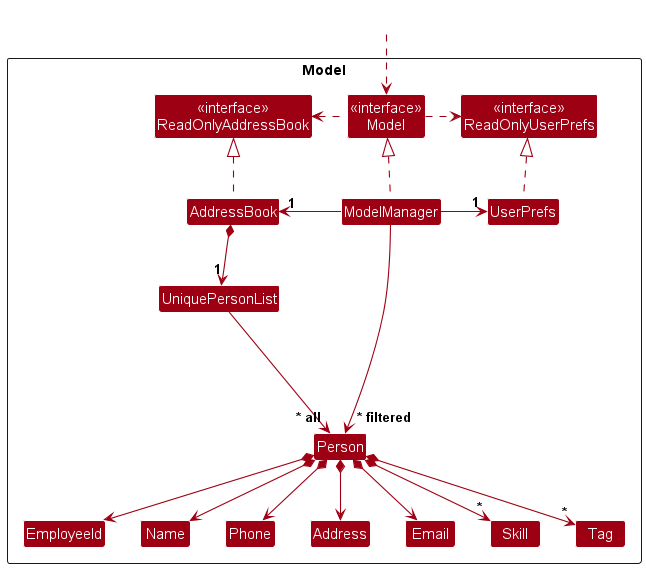
Before: docs/images/ModelClassDiagram.png, a diagram exported from PlantUML (nus-cs2103-AY2425S1/tp).
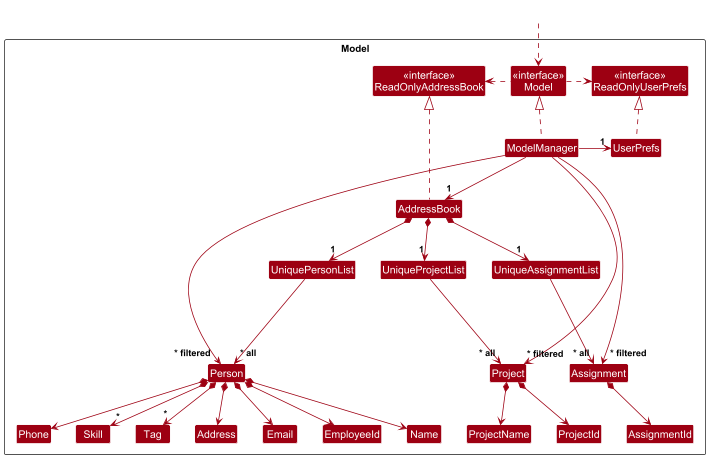
After the commit.

Commit message:
Update Model Component UML images in DG

The edit, as a diff of the source:
```diff
@@ -21,6 +21,13 @@
 Class Phone
 Class Skill
 Class Tag
+Class UniqueProjectList
+Class Project
+Class ProjectName
+Class ProjectId
+Class UniqueAssignmentList
+Class Assignment
+Class AssignmentId
 
 Class I #FFFFFF
 }
@@ -28,16 +35,20 @@
 Class HiddenOutside #FFFFFF
 HiddenOutside ..> Model
 
-AddressBook .up.|> ReadOnlyAddressBook
-
-ModelManager .up.|> Model
 Model .right.> ReadOnlyUserPrefs
 Model .left.> ReadOnlyAddressBook
-ModelManager -left-> "1" AddressBook
-ModelManager -right-> "1" UserPrefs
+
+AddressBook .up.|> ReadOnlyAddressBook
+ModelManager .up.|> Model
 UserPrefs .up.|> ReadOnlyUserPrefs
 
-AddressBook *--> "1" UniquePersonList
+ModelManager -down-> "1" AddressBook
+ModelManager -right-> "1" UserPrefs
+
+AddressBook *-down-> "1" UniquePersonList
+AddressBook *-down-> "1" UniqueProjectList
+AddressBook *-down-> "1" UniqueAssignmentList
+
 UniquePersonList --> "~* all" Person
 Person *--> EmployeeId
 Person *--> Name
@@ -47,6 +58,13 @@
 Person *--> "*" Tag
 Person *--> "*" Skill
 
+UniqueProjectList --> "~* all" Project
+Project *--> ProjectName
+Project *--> ProjectId
+
+UniqueAssignmentList --> "~* all" Assignment
+Assignment *--> AssignmentId
+
 Person -[hidden]up--> I
 UniquePersonList -[hidden]right-> I
 
@@ -55,5 +73,12 @@
 Phone -[hidden]right-> Address
 Address -[hidden]right-> Email
 
-ModelManager --> "~* filtered" Person
+UniquePersonList -[hidden]right-> UniqueProjectList
+UniqueProjectList -[hidden]right-> UniqueAssignmentList
+Person -[hidden]right-> Project
+Project -[hidden]right-> Assignment
+
+ModelManager -down-> "~* filtered" Person
+ModelManager -down-> "~* filtered" Project
+ModelManager -down-> "~* filtered" Assignment
 @enduml
```
